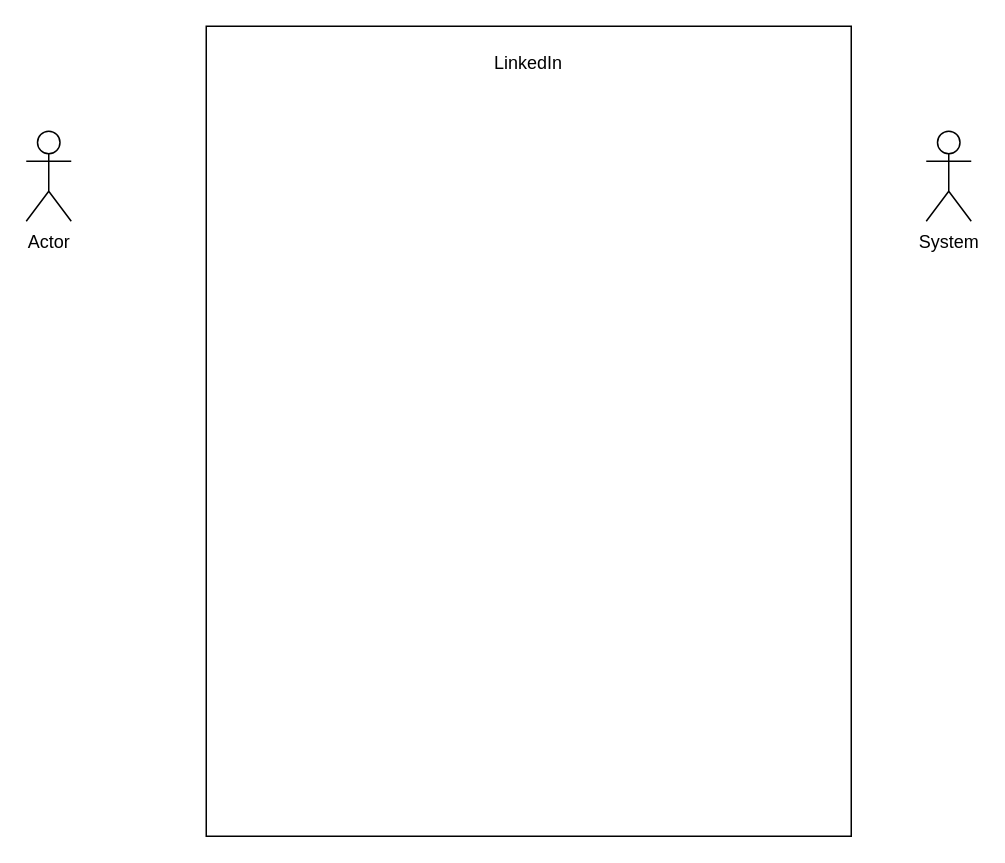
sunys1/Object-Oriented-Design keeps this draw.io diagram as Assignments/A2/LinkedInUseCase.drawio. Above is the earlier version. Source tidied: cells renumbered, new cells numbered last; positions are measured from the earlier drawing's top-left corner, leaving out a move shared by most shapes. Both pictures are drawn from the tidied source at 150%, with x=0, y=0 at pixel (26, 26).
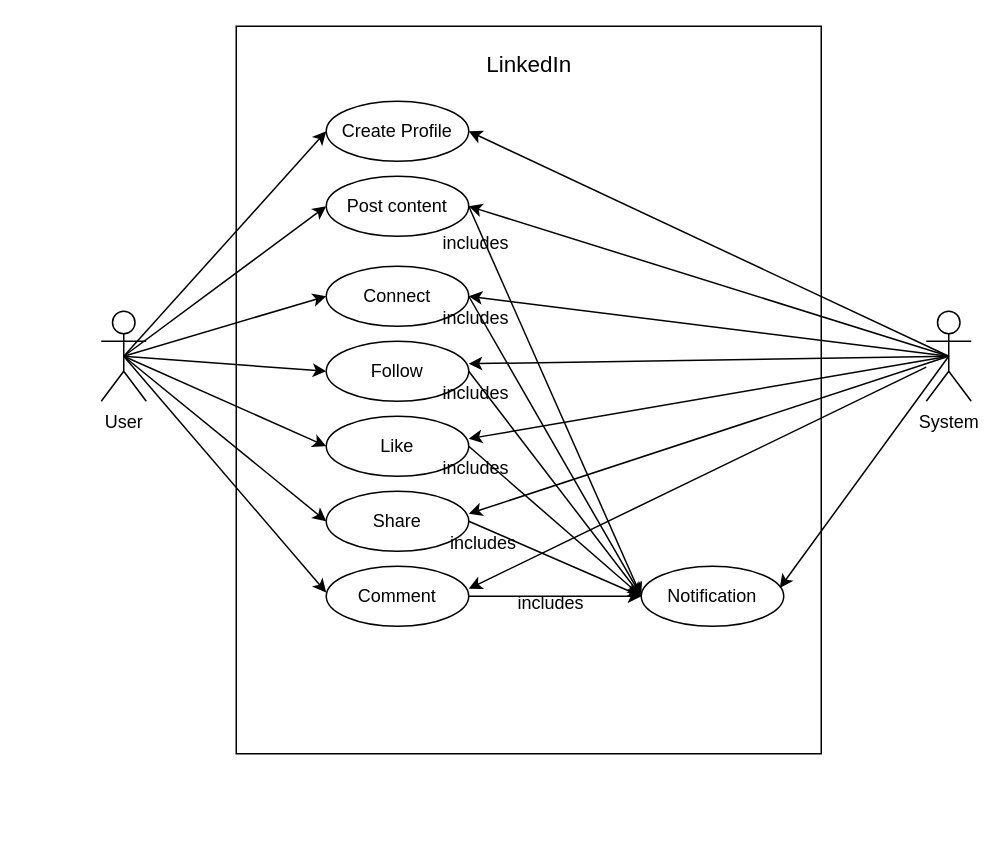
Above is the later version.

Commit message (it also covers changes not shown here):
Added Use Case diagram

The edit, as a diff of the source:
```diff
@@
     <mxCell id="2" style="rounded=0;whiteSpace=wrap;html=1;" parent="1" vertex="1">
-      <mxGeometry x="120" width="430" height="540" as="geometry" />
+      <mxGeometry x="140" width="390" height="485" as="geometry" />
     </mxCell>
-    <mxCell id="3" value="LinkedIn" style="text;html=1;align=center;verticalAlign=middle;whiteSpace=wrap;rounded=0;" parent="1" vertex="1">
-      <mxGeometry x="305" y="10" width="60" height="30" as="geometry" />
+    <mxCell id="3" value="&lt;font style=&quot;font-size: 15px;&quot;&gt;LinkedIn&lt;/font&gt;" style="text;html=1;align=center;verticalAlign=middle;whiteSpace=wrap;rounded=0;" parent="1" vertex="1">
+      <mxGeometry x="303" y="10" width="65" height="30" as="geometry" />
     </mxCell>
-    <mxCell id="4" value="Actor" style="shape=umlActor;verticalLabelPosition=bottom;verticalAlign=top;html=1;outlineConnect=0;" parent="1" vertex="1">
-      <mxGeometry y="70" width="30" height="60" as="geometry" />
+    <mxCell id="4" value="User" style="shape=umlActor;verticalLabelPosition=bottom;verticalAlign=top;html=1;outlineConnect=0;" parent="1" vertex="1">
+      <mxGeometry x="50" y="190" width="30" height="60" as="geometry" />
     </mxCell>
     <mxCell id="5" value="System" style="shape=umlActor;verticalLabelPosition=bottom;verticalAlign=top;html=1;outlineConnect=0;" parent="1" vertex="1">
-      <mxGeometry x="600" y="70" width="30" height="60" as="geometry" />
+      <mxGeometry x="600" y="190" width="30" height="60" as="geometry" />
     </mxCell>
+    <mxCell id="6" value="Create Profile" style="ellipse;whiteSpace=wrap;html=1;" parent="1" vertex="1">
+      <mxGeometry x="200" y="50" width="95" height="40" as="geometry" />
+    </mxCell>
+    <mxCell id="7" value="Post content" style="ellipse;whiteSpace=wrap;html=1;" parent="1" vertex="1">
+      <mxGeometry x="200" y="100" width="95" height="40" as="geometry" />
+    </mxCell>
+    <mxCell id="8" value="Connect" style="ellipse;whiteSpace=wrap;html=1;" parent="1" vertex="1">
+      <mxGeometry x="200" y="160" width="95" height="40" as="geometry" />
+    </mxCell>
+    <mxCell id="9" value="Follow" style="ellipse;whiteSpace=wrap;html=1;" parent="1" vertex="1">
+      <mxGeometry x="200" y="210" width="95" height="40" as="geometry" />
+    </mxCell>
+    <mxCell id="10" value="Like" style="ellipse;whiteSpace=wrap;html=1;" parent="1" vertex="1">
+      <mxGeometry x="200" y="260" width="95" height="40" as="geometry" />
+    </mxCell>
+    <mxCell id="11" value="Share" style="ellipse;whiteSpace=wrap;html=1;" parent="1" vertex="1">
+      <mxGeometry x="200" y="310" width="95" height="40" as="geometry" />
+    </mxCell>
+    <mxCell id="12" value="Notification" style="ellipse;whiteSpace=wrap;html=1;" parent="1" vertex="1">
+      <mxGeometry x="410" y="360" width="95" height="40" as="geometry" />
+    </mxCell>
+    <mxCell id="13" style="endArrow=classic;html=1;rounded=0;exitX=0.5;exitY=0.5;exitDx=0;exitDy=0;exitPerimeter=0;entryX=0;entryY=0.5;entryDx=0;entryDy=0;" parent="1" edge="1" source="4" target="7">
+      <mxGeometry relative="1" as="geometry" />
+    </mxCell>
+    <mxCell id="14" style="endArrow=classic;html=1;rounded=0;exitX=0.5;exitY=0.5;exitDx=0;exitDy=0;exitPerimeter=0;entryX=0;entryY=0.5;entryDx=0;entryDy=0;" parent="1" edge="1" source="4">
+      <mxGeometry relative="1" as="geometry">
+        <mxPoint x="200" y="180" as="targetPoint" />
+      </mxGeometry>
+    </mxCell>
+    <mxCell id="15" style="endArrow=classic;html=1;rounded=0;exitX=0.5;exitY=0.5;exitDx=0;exitDy=0;exitPerimeter=0;entryX=0;entryY=0.5;entryDx=0;entryDy=0;" parent="1" edge="1" source="4" target="9">
+      <mxGeometry relative="1" as="geometry" />
+    </mxCell>
+    <mxCell id="16" style="endArrow=classic;html=1;rounded=0;exitX=0.5;exitY=0.5;exitDx=0;exitDy=0;exitPerimeter=0;entryX=0;entryY=0.5;entryDx=0;entryDy=0;" parent="1" edge="1" source="4" target="10">
+      <mxGeometry relative="1" as="geometry" />
+    </mxCell>
+    <mxCell id="17" style="endArrow=classic;html=1;rounded=0;entryX=0;entryY=0.5;entryDx=0;entryDy=0;exitX=0.5;exitY=0.5;exitDx=0;exitDy=0;exitPerimeter=0;" parent="1" edge="1" source="4">
+      <mxGeometry relative="1" as="geometry">
+        <mxPoint x="200" y="330" as="targetPoint" />
+      </mxGeometry>
+    </mxCell>
+    <mxCell id="18" style="endArrow=classic;html=1;rounded=0;entryX=0.972;entryY=0.361;entryDx=0;entryDy=0;entryPerimeter=0;exitX=0.5;exitY=0.5;exitDx=0;exitDy=0;exitPerimeter=0;" parent="1" edge="1" source="5" target="12">
+      <mxGeometry relative="1" as="geometry" />
+    </mxCell>
+    <mxCell id="19" style="endArrow=classic;html=1;rounded=0;exitX=0.5;exitY=0.5;exitDx=0;exitDy=0;exitPerimeter=0;entryX=1;entryY=0.5;entryDx=0;entryDy=0;" parent="1" edge="1" source="5" target="7">
+      <mxGeometry relative="1" as="geometry" />
+    </mxCell>
+    <mxCell id="20" style="endArrow=classic;html=1;rounded=0;entryX=1;entryY=0.5;entryDx=0;entryDy=0;exitX=0.5;exitY=0.5;exitDx=0;exitDy=0;exitPerimeter=0;" parent="1" edge="1" source="5">
+      <mxGeometry relative="1" as="geometry">
+        <mxPoint x="295" y="180" as="targetPoint" />
+      </mxGeometry>
+    </mxCell>
+    <mxCell id="21" style="endArrow=classic;html=1;rounded=0;entryX=1;entryY=0.5;entryDx=0;entryDy=0;exitX=0.5;exitY=0.5;exitDx=0;exitDy=0;exitPerimeter=0;" parent="1" edge="1" source="5">
+      <mxGeometry relative="1" as="geometry">
+        <mxPoint x="295" y="225" as="targetPoint" />
+      </mxGeometry>
+    </mxCell>
+    <mxCell id="22" style="endArrow=classic;html=1;rounded=0;entryX=1;entryY=0.5;entryDx=0;entryDy=0;exitX=0.5;exitY=0.5;exitDx=0;exitDy=0;exitPerimeter=0;" parent="1" edge="1" source="5">
+      <mxGeometry relative="1" as="geometry">
+        <mxPoint x="295" y="275" as="targetPoint" />
+      </mxGeometry>
+    </mxCell>
+    <mxCell id="23" style="endArrow=classic;html=1;rounded=0;entryX=1;entryY=0.5;entryDx=0;entryDy=0;exitX=0.5;exitY=0.5;exitDx=0;exitDy=0;exitPerimeter=0;" parent="1" edge="1" source="5">
+      <mxGeometry relative="1" as="geometry">
+        <mxPoint x="295" y="325" as="targetPoint" />
+      </mxGeometry>
+    </mxCell>
+    <mxCell id="24" value="Comment" style="ellipse;whiteSpace=wrap;html=1;" parent="1" vertex="1">
+      <mxGeometry x="200" y="360" width="95" height="40" as="geometry" />
+    </mxCell>
+    <mxCell id="25" style="endArrow=classic;html=1;rounded=0;entryX=0;entryY=0.5;entryDx=0;entryDy=0;exitX=0.5;exitY=0.5;exitDx=0;exitDy=0;exitPerimeter=0;" parent="1" edge="1" source="4">
+      <mxGeometry relative="1" as="geometry">
+        <mxPoint x="200" y="377.5" as="targetPoint" />
+      </mxGeometry>
+    </mxCell>
+    <mxCell id="26" style="endArrow=classic;html=1;rounded=0;entryX=1;entryY=0.5;entryDx=0;entryDy=0;" parent="1" edge="1" source="5">
+      <mxGeometry relative="1" as="geometry">
+        <mxPoint x="295" y="375" as="targetPoint" />
+      </mxGeometry>
+    </mxCell>
+    <mxCell id="27" value="includes" style="text;html=1;align=center;verticalAlign=middle;whiteSpace=wrap;rounded=0;" parent="1" vertex="1">
+      <mxGeometry x="320" y="370" width="60" height="30" as="geometry" />
+    </mxCell>
+    <mxCell id="28" style="endArrow=classic;html=1;rounded=0;exitX=1;exitY=0.5;exitDx=0;exitDy=0;entryX=0;entryY=0.5;entryDx=0;entryDy=0;" parent="1" edge="1" target="12">
+      <mxGeometry relative="1" as="geometry">
+        <mxPoint x="295" y="280" as="sourcePoint" />
+      </mxGeometry>
+    </mxCell>
+    <mxCell id="29" value="includes" style="text;html=1;align=center;verticalAlign=middle;whiteSpace=wrap;rounded=0;" parent="1" vertex="1">
+      <mxGeometry x="270" y="230" width="60" height="30" as="geometry" />
+    </mxCell>
+    <mxCell id="30" style="endArrow=classic;html=1;rounded=0;exitX=1;exitY=0.5;exitDx=0;exitDy=0;entryX=0;entryY=0.5;entryDx=0;entryDy=0;" parent="1" edge="1" target="12">
+      <mxGeometry relative="1" as="geometry">
+        <mxPoint x="295" y="380" as="sourcePoint" />
+      </mxGeometry>
+    </mxCell>
+    <mxCell id="31" style="endArrow=classic;html=1;rounded=0;exitX=1;exitY=0.5;exitDx=0;exitDy=0;entryX=0;entryY=0.5;entryDx=0;entryDy=0;" parent="1" edge="1" source="11" target="12">
+      <mxGeometry relative="1" as="geometry" />
+    </mxCell>
+    <mxCell id="32" value="includes" style="text;html=1;align=center;verticalAlign=middle;whiteSpace=wrap;rounded=0;" parent="1" vertex="1">
+      <mxGeometry x="275" y="330" width="60" height="30" as="geometry" />
+    </mxCell>
+    <mxCell id="33" style="endArrow=classic;html=1;rounded=0;exitX=1;exitY=0.5;exitDx=0;exitDy=0;entryX=0;entryY=0.5;entryDx=0;entryDy=0;" parent="1" edge="1" target="12">
+      <mxGeometry relative="1" as="geometry">
+        <mxPoint x="295" y="230" as="sourcePoint" />
+      </mxGeometry>
+    </mxCell>
+    <mxCell id="34" value="includes" style="text;html=1;align=center;verticalAlign=middle;whiteSpace=wrap;rounded=0;" parent="1" vertex="1">
+      <mxGeometry x="270" y="280" width="60" height="30" as="geometry" />
+    </mxCell>
+    <mxCell id="35" style="endArrow=classic;html=1;rounded=0;exitX=1;exitY=0.5;exitDx=0;exitDy=0;entryX=0;entryY=0.5;entryDx=0;entryDy=0;" parent="1" edge="1" target="12">
+      <mxGeometry relative="1" as="geometry">
+        <mxPoint x="295" y="180" as="sourcePoint" />
+      </mxGeometry>
+    </mxCell>
+    <mxCell id="36" value="includes" style="text;html=1;align=center;verticalAlign=middle;whiteSpace=wrap;rounded=0;" parent="1" vertex="1">
+      <mxGeometry x="270" y="180" width="60" height="30" as="geometry" />
+    </mxCell>
+    <mxCell id="37" style="endArrow=classic;html=1;rounded=0;exitX=1;exitY=0.5;exitDx=0;exitDy=0;entryX=0;entryY=0.5;entryDx=0;entryDy=0;" parent="1" edge="1" target="12">
+      <mxGeometry relative="1" as="geometry">
+        <mxPoint x="295" y="120" as="sourcePoint" />
+      </mxGeometry>
+    </mxCell>
+    <mxCell id="38" value="includes" style="text;html=1;align=center;verticalAlign=middle;whiteSpace=wrap;rounded=0;" parent="1" vertex="1">
+      <mxGeometry x="270" y="130" width="60" height="30" as="geometry" />
+    </mxCell>
+    <mxCell id="39" style="endArrow=classic;html=1;rounded=0;exitX=0.5;exitY=0.5;exitDx=0;exitDy=0;exitPerimeter=0;entryX=1;entryY=0.5;entryDx=0;entryDy=0;" parent="1" edge="1" source="5">
+      <mxGeometry relative="1" as="geometry">
+        <mxPoint x="295" y="70" as="targetPoint" />
+      </mxGeometry>
+    </mxCell>
+    <mxCell id="40" style="endArrow=classic;html=1;rounded=0;exitX=0.5;exitY=0.5;exitDx=0;exitDy=0;exitPerimeter=0;entryX=0;entryY=0.5;entryDx=0;entryDy=0;" parent="1" edge="1" source="4" target="6">
+      <mxGeometry relative="1" as="geometry" />
+    </mxCell>
```
